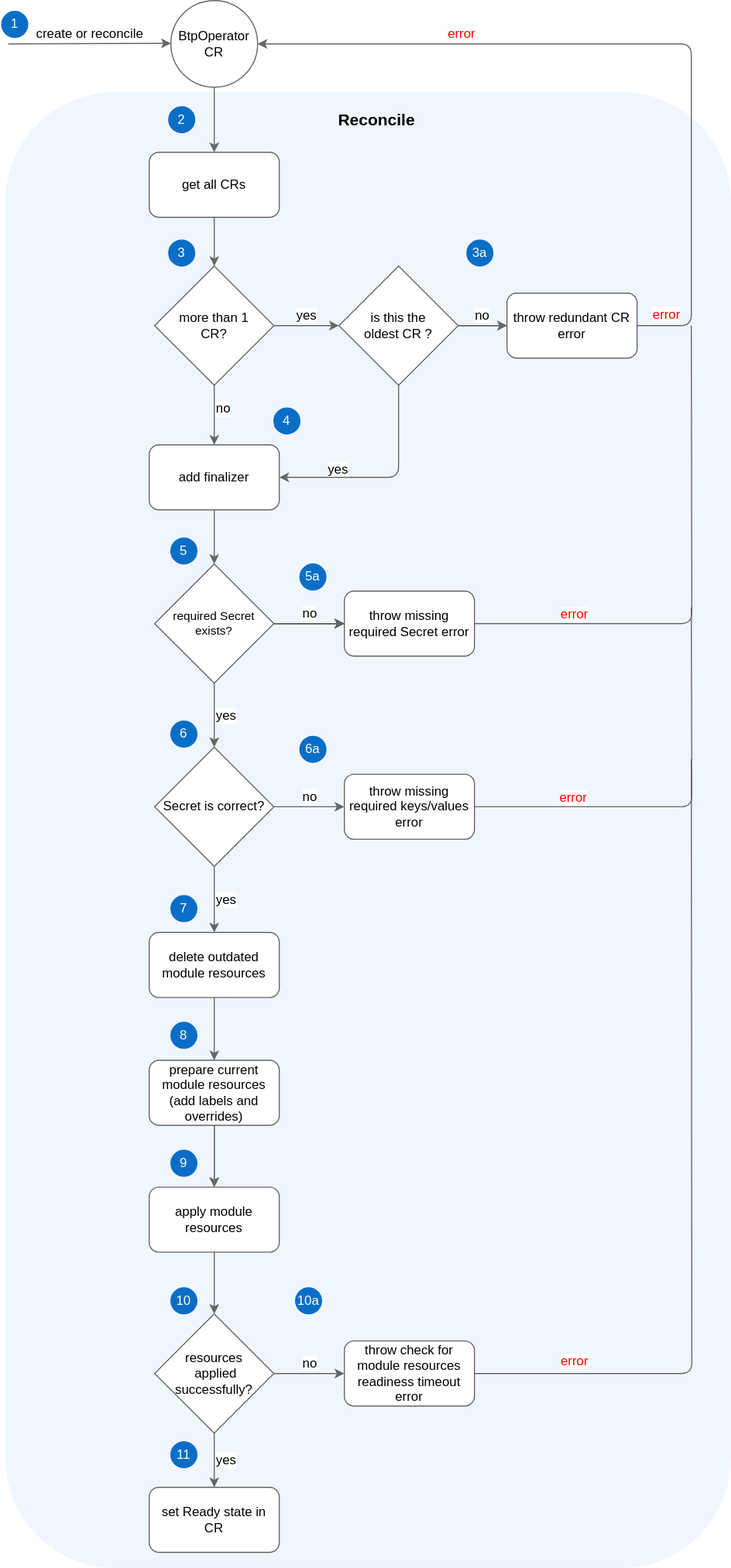
This is docs/assets/provisioning.svg from kyma-project/btp-manager, a draw.io export, as it was before one commit. Source tidied: cells renumbered, new cells last; positions are measured from the earlier drawing's top-left corner, leaving out a move shared by most shapes.
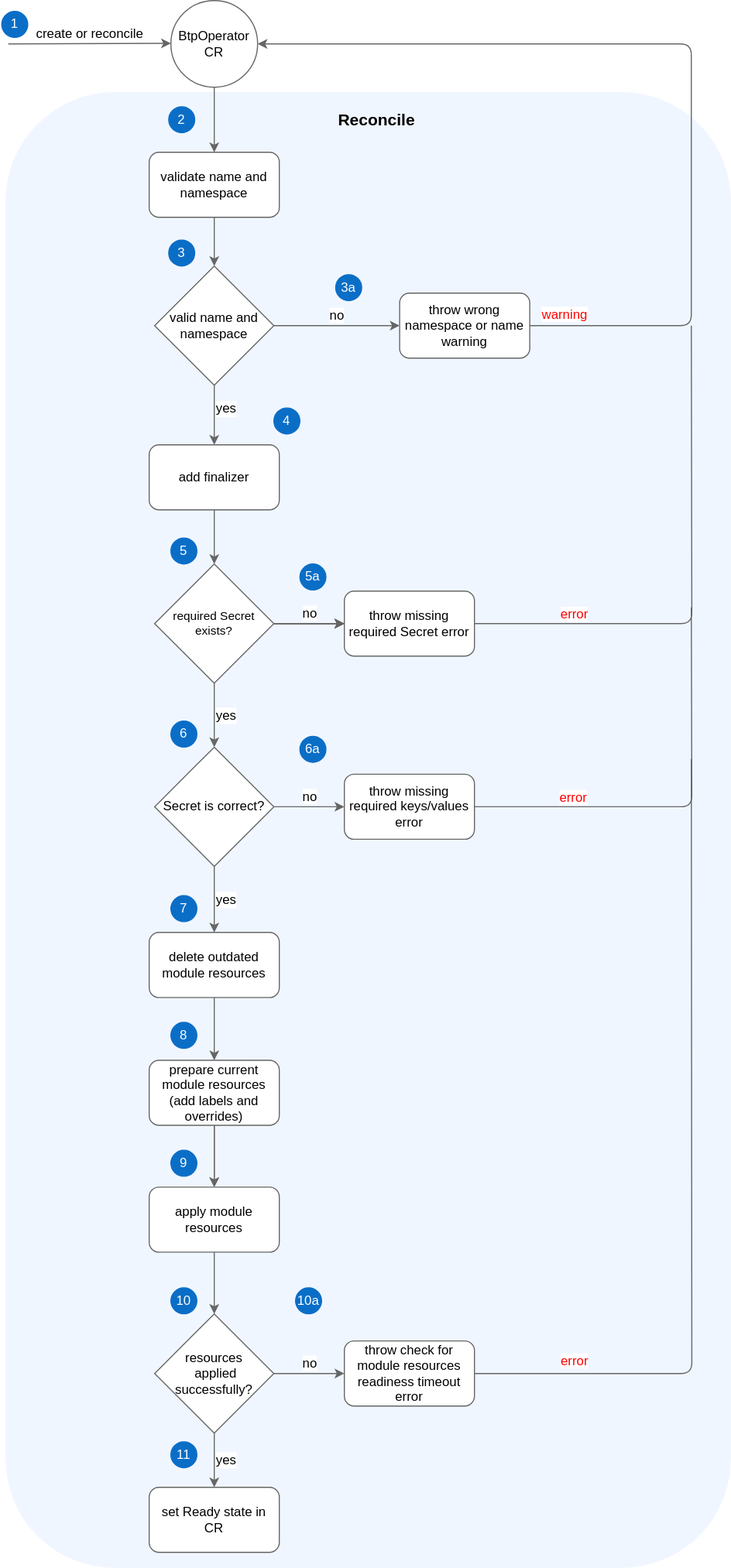
The same file after the commit.

Diff of the diagram source:
```diff
@@ -20,21 +20,21 @@
     <mxCell id="6" style="edgeStyle=orthogonalEdgeStyle;rounded=1;jettySize=auto;html=1;fontSize=12;strokeColor=#666666;" parent="1" edge="1" source="9" target="13">
       <mxGeometry relative="1" as="geometry" />
     </mxCell>
-    <mxCell id="7" value="no" style="edgeLabel;html=1;align=left;verticalAlign=middle;fontSize=12;labelPosition=right;verticalLabelPosition=middle;" parent="6" vertex="1">
+    <mxCell id="7" value="yes" style="edgeLabel;html=1;align=left;verticalAlign=middle;fontSize=12;labelPosition=right;verticalLabelPosition=middle;" parent="6" vertex="1">
       <mxGeometry x="-0.25" y="1" relative="1" as="geometry">
         <mxPoint x="-1" as="offset" />
       </mxGeometry>
     </mxCell>
-    <mxCell id="8" value="yes" style="edgeStyle=orthogonalEdgeStyle;rounded=1;jettySize=auto;html=1;fontSize=12;strokeColor=#666666;verticalAlign=bottom;" parent="1" edge="1" source="9" target="17">
+    <mxCell id="8" value="no" style="edgeStyle=orthogonalEdgeStyle;rounded=1;jettySize=auto;html=1;fontSize=12;strokeColor=#666666;verticalAlign=bottom;entryX=0;entryY=0.5;entryDx=0;entryDy=0;" parent="1" edge="1" source="9" target="22">
       <mxGeometry relative="1" as="geometry" />
     </mxCell>
-    <mxCell id="9" value="&lt;font style=&quot;font-size: 12px;&quot;&gt;more than 1 &lt;br style=&quot;&quot;&gt;CR?&lt;/font&gt;" style="rhombus;whiteSpace=wrap;html=1;fontSize=11;strokeColor=#666666;" parent="1" vertex="1">
+    <mxCell id="9" value="&lt;span style=&quot;font-size: 12px;&quot;&gt;valid name and namespace&lt;/span&gt;" style="rhombus;whiteSpace=wrap;html=1;fontSize=11;strokeColor=#666666;" parent="1" vertex="1">
       <mxGeometry x="141" y="245" width="110" height="110" as="geometry" />
     </mxCell>
     <mxCell id="10" style="edgeStyle=orthogonalEdgeStyle;rounded=1;jettySize=auto;html=1;fontSize=12;strokeColor=#666666;" parent="1" edge="1" source="11" target="9">
       <mxGeometry relative="1" as="geometry" />
     </mxCell>
-    <mxCell id="11" value="get all CRs" style="rounded=1;whiteSpace=wrap;html=1;fontSize=12;strokeColor=#666666;" parent="1" vertex="1">
+    <mxCell id="11" value="validate name and namespace" style="rounded=1;whiteSpace=wrap;html=1;fontSize=12;strokeColor=#666666;" parent="1" vertex="1">
       <mxGeometry x="136" y="140" width="120" height="60" as="geometry" />
     </mxCell>
     <mxCell id="12" style="edgeStyle=orthogonalEdgeStyle;rounded=1;jettySize=auto;html=1;fontSize=12;fontColor=#FF0000;strokeColor=#666666;" parent="1" edge="1" source="13" target="26">
@@ -43,18 +43,6 @@
     <mxCell id="13" value="add finalizer" style="whiteSpace=wrap;html=1;rounded=1;strokeColor=#666666;" parent="1" vertex="1">
       <mxGeometry x="136" y="410" width="120" height="60" as="geometry" />
     </mxCell>
-    <mxCell id="14" value="yes" style="edgeStyle=orthogonalEdgeStyle;rounded=1;jettySize=auto;html=1;exitX=0.5;exitY=1;exitDx=0;exitDy=0;entryX=1;entryY=0.5;entryDx=0;entryDy=0;fontSize=12;strokeColor=#666666;verticalAlign=bottom;" parent="1" edge="1" source="17" target="13">
-      <mxGeometry x="0.45" y="2" relative="1" as="geometry" />
-    </mxCell>
-    <mxCell id="15" style="edgeStyle=orthogonalEdgeStyle;rounded=1;jettySize=auto;html=1;fontSize=12;strokeColor=#666666;" parent="1" edge="1" source="17" target="22">
-      <mxGeometry relative="1" as="geometry" />
-    </mxCell>
-    <mxCell id="16" value="no" style="edgeLabel;html=1;align=center;verticalAlign=bottom;fontSize=12;" parent="15" vertex="1">
-      <mxGeometry x="-0.07" y="1" relative="1" as="geometry" />
-    </mxCell>
-    <mxCell id="17" value="&lt;font style=&quot;font-size: 12px;&quot;&gt;is this the &lt;br style=&quot;&quot;&gt;oldest CR ?&lt;/font&gt;" style="rhombus;whiteSpace=wrap;html=1;fontSize=11;strokeColor=#666666;" parent="1" vertex="1">
-      <mxGeometry x="311" y="245" width="110" height="110" as="geometry" />
-    </mxCell>
     <mxCell id="18" style="edgeStyle=orthogonalEdgeStyle;rounded=1;jettySize=auto;html=1;exitX=1;exitY=0.5;exitDx=0;exitDy=0;entryX=1;entryY=0.5;entryDx=0;entryDy=0;fontSize=12;strokeColor=#666666;" parent="1" edge="1" source="22" target="4">
       <mxGeometry relative="1" as="geometry">
         <Array as="points">
@@ -63,19 +51,13 @@
         </Array>
       </mxGeometry>
     </mxCell>
-    <mxCell id="19" value="&lt;font color=&quot;#ff0000&quot;&gt;error&lt;/font&gt;" style="edgeLabel;html=1;align=center;verticalAlign=bottom;fontSize=12;" parent="18" vertex="1">
-      <mxGeometry x="0.47" y="-1" relative="1" as="geometry" />
-    </mxCell>
-    <mxCell id="20" value="&lt;font color=&quot;#ff0000&quot;&gt;error&lt;/font&gt;" style="edgeLabel;html=1;align=center;verticalAlign=bottom;fontSize=12;fontColor=#000000;" parent="18" vertex="1">
+    <mxCell id="20" value="&lt;font color=&quot;#ff0000&quot;&gt;warning&lt;/font&gt;" style="edgeLabel;html=1;align=center;verticalAlign=bottom;fontSize=12;fontColor=#000000;" parent="18" vertex="1">
       <mxGeometry x="-0.91" y="2" relative="1" as="geometry">
         <mxPoint x="-6" as="offset" />
       </mxGeometry>
     </mxCell>
-    <mxCell id="21" style="edgeStyle=orthogonalEdgeStyle;rounded=1;jettySize=auto;html=1;strokeColor=#666666;" parent="1" edge="1" source="17" target="22">
-      <mxGeometry relative="1" as="geometry" />
-    </mxCell>
-    <mxCell id="22" value="throw redundant CR error" style="whiteSpace=wrap;html=1;rounded=1;strokeColor=#666666;" parent="1" vertex="1">
-      <mxGeometry x="466" y="270" width="120" height="60" as="geometry" />
+    <mxCell id="22" value="throw wrong namespace or name warning" style="whiteSpace=wrap;html=1;rounded=1;strokeColor=#666666;" parent="1" vertex="1">
+      <mxGeometry x="367" y="270" width="120" height="60" as="geometry" />
     </mxCell>
     <mxCell id="23" value="no" style="edgeStyle=orthogonalEdgeStyle;rounded=0;jettySize=auto;html=1;fontSize=12;fontColor=#000000;endArrow=classic;endFill=1;verticalAlign=bottom;" parent="1" edge="1" source="26" target="29">
       <mxGeometry relative="1" as="geometry" />
@@ -189,7 +171,7 @@
       <mxGeometry x="154" y="221" width="24" height="24" as="geometry" />
     </mxCell>
     <mxCell id="54" value="&lt;font color=&quot;#ffffff&quot;&gt;3a&lt;/font&gt;" style="ellipse;whiteSpace=wrap;html=1;fillColor=#0a6ec7;strokeColor=#0a6ec7;" parent="1" vertex="1">
-      <mxGeometry x="429" y="221" width="24" height="24" as="geometry" />
+      <mxGeometry x="308" y="253" width="24" height="24" as="geometry" />
     </mxCell>
     <mxCell id="55" value="&lt;font color=&quot;#ffffff&quot;&gt;4&lt;/font&gt;" style="ellipse;whiteSpace=wrap;html=1;fillColor=#0a6ec7;strokeColor=#0a6ec7;" parent="1" vertex="1">
       <mxGeometry x="251" y="376" width="24" height="24" as="geometry" />
```
